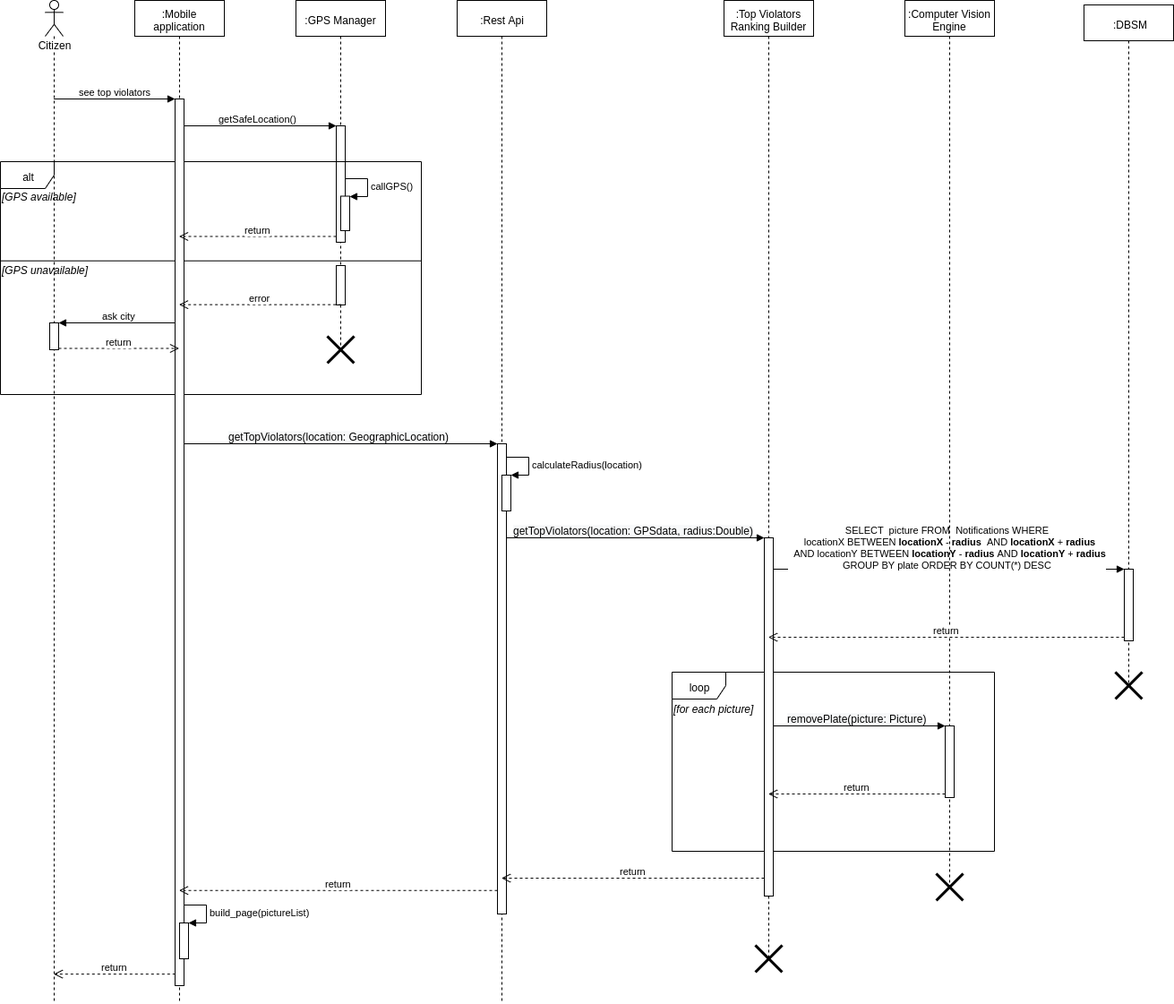
University-Projects-Secco/RahbariSecco keeps this draw.io diagram as DD/images/See_Top_Violators_Sequence_Diagram.png. Above is the earlier version. Source tidied: cells renumbered, new cells last; positions are measured from the earlier drawing's top-left corner, leaving out a move shared by most shapes. Its diagram source:
```xml
<mxGraphModel>
  <root>
    <mxCell id="0" />
    <mxCell id="1" parent="0" />
    <mxCell id="2" value="&lt;span style=&quot;font-size: 12px ; text-align: left ; background-color: rgb(248 , 249 , 250)&quot;&gt;getTopViolators(location: GeographicLocation)&lt;/span&gt;" style="html=1;verticalAlign=bottom;endArrow=block;entryX=0;entryY=0;" parent="1" edge="1" source="27" target="32">
      <mxGeometry relative="1" as="geometry" />
    </mxCell>
    <mxCell id="3" value="&lt;span style=&quot;font-size: 12px ; text-align: left ; background-color: rgb(248 , 249 , 250)&quot;&gt;getTopViolators(location: GPSdata, radius:Double)&lt;/span&gt;" style="html=1;verticalAlign=bottom;endArrow=block;entryX=0;entryY=0;" parent="1" edge="1" source="31" target="36">
      <mxGeometry relative="1" as="geometry" />
    </mxCell>
    <mxCell id="4" value="&lt;div&gt;SELECT&amp;nbsp; picture FROM&amp;nbsp; Notifications WHERE&lt;/div&gt;&lt;div&gt;&amp;nbsp; locationX BETWEEN &lt;b&gt;locationX&lt;/b&gt; - &lt;b&gt;radius&lt;/b&gt;&amp;nbsp; AND &lt;b&gt;locationX&lt;/b&gt; + &lt;b&gt;radius&lt;/b&gt;&lt;/div&gt;&lt;div&gt;&amp;nbsp; AND locationY BETWEEN &lt;b&gt;locationY&lt;/b&gt; - &lt;b&gt;radius&lt;/b&gt; AND &lt;b&gt;locationY&lt;/b&gt; + &lt;b&gt;radius&lt;/b&gt;&lt;/div&gt;&lt;div&gt;GROUP BY plate ORDER BY COUNT(*) DESC&lt;/div&gt;" style="html=1;verticalAlign=bottom;endArrow=block;entryX=0;entryY=0;" parent="1" edge="1" source="35" target="41">
      <mxGeometry relative="1" as="geometry" />
    </mxCell>
    <mxCell id="5" value="&lt;span style=&quot;font-size: 12px ; text-align: left ; background-color: rgb(248 , 249 , 250)&quot;&gt;removePlate(picture: Picture)&lt;/span&gt;" style="html=1;verticalAlign=bottom;endArrow=block;entryX=0;entryY=0;" parent="1" edge="1" source="35" target="39">
      <mxGeometry relative="1" as="geometry" />
    </mxCell>
    <mxCell id="6" style="group;" parent="1" vertex="1">
      <mxGeometry x="750" y="750" width="360" height="200" as="geometry" />
    </mxCell>
    <mxCell id="7" value="loop" style="shape=umlFrame;whiteSpace=wrap;html=1;" parent="6" vertex="1">
      <mxGeometry width="360" height="200" as="geometry" />
    </mxCell>
    <mxCell id="8" value="&lt;i&gt;[for each picture]&lt;/i&gt;" style="text;html=1;align=left;verticalAlign=middle;" parent="6" vertex="1">
      <mxGeometry y="30" width="100" height="20" as="geometry" />
    </mxCell>
    <mxCell id="9" value="ask city" style="html=1;verticalAlign=bottom;endArrow=block;entryX=1;entryY=0;" parent="1" edge="1" source="27" target="26">
      <mxGeometry relative="1" as="geometry" />
    </mxCell>
    <mxCell id="10" value="getSafeLocation()" style="html=1;verticalAlign=bottom;endArrow=block;entryX=0;entryY=0;" parent="1" edge="1" source="27" target="12">
      <mxGeometry relative="1" as="geometry" />
    </mxCell>
    <mxCell id="11" value=":GPS Manager" style="shape=umlLifeline;perimeter=lifelinePerimeter;whiteSpace=wrap;html=1;" parent="1" vertex="1">
      <mxGeometry x="330" width="100" height="390" as="geometry" />
    </mxCell>
    <mxCell id="12" style="html=1;points=[];perimeter=orthogonalPerimeter;" parent="11" vertex="1">
      <mxGeometry x="45" y="140" width="10" height="130" as="geometry" />
    </mxCell>
    <mxCell id="13" style="html=1;points=[];perimeter=orthogonalPerimeter;" parent="11" vertex="1">
      <mxGeometry x="45" y="296" width="10" height="44" as="geometry" />
    </mxCell>
    <mxCell id="14" style="group;" parent="1" vertex="1">
      <mxGeometry y="180" width="470" height="260" as="geometry" />
    </mxCell>
    <mxCell id="15" value="alt" style="shape=umlFrame;whiteSpace=wrap;html=1;" parent="14" vertex="1">
      <mxGeometry width="470" height="260" as="geometry" />
    </mxCell>
    <mxCell id="16" value="&lt;i&gt;[GPS available]&lt;/i&gt;" style="text;html=1;align=left;verticalAlign=middle;" parent="14" vertex="1">
      <mxGeometry y="28.9" width="100" height="20" as="geometry" />
    </mxCell>
    <mxCell id="17" style="group;" parent="14" vertex="1">
      <mxGeometry y="106.9" width="470" height="23.1" as="geometry" />
    </mxCell>
    <mxCell id="18" style="group;" parent="17" vertex="1">
      <mxGeometry width="470" height="23.1" as="geometry" />
    </mxCell>
    <mxCell id="19" style="group;" parent="18" vertex="1">
      <mxGeometry width="470" height="23.1" as="geometry" />
    </mxCell>
    <mxCell id="20" style="line;strokeWidth=1;fillColor=none;align=left;verticalAlign=middle;spacingTop=-1;spacingLeft=3;spacingRight=3;labelPosition=right;" parent="19" vertex="1">
      <mxGeometry width="470" height="7.7" as="geometry" />
    </mxCell>
    <mxCell id="21" value="&lt;i&gt;[GPS unavailable]&lt;/i&gt;" style="text;html=1;align=left;verticalAlign=middle;" parent="19" vertex="1">
      <mxGeometry y="3.9" width="110" height="20" as="geometry" />
    </mxCell>
    <mxCell id="22" style="html=1;points=[];perimeter=orthogonalPerimeter;" parent="14" vertex="1">
      <mxGeometry x="380" y="38.5" width="10" height="38.5" as="geometry" />
    </mxCell>
    <mxCell id="23" value="callGPS()" style="edgeStyle=orthogonalEdgeStyle;html=1;align=left;spacingLeft=2;endArrow=block;rounded=0;entryX=1;entryY=0;" parent="14" edge="1" target="22">
      <mxGeometry relative="1" as="geometry">
        <mxPoint x="385" y="19.3" as="sourcePoint" />
        <Array as="points">
          <mxPoint x="410" y="19.3" />
        </Array>
      </mxGeometry>
    </mxCell>
    <mxCell id="24" style="shape=umlDestroy;whiteSpace=wrap;html=1;strokeWidth=3;" parent="14" vertex="1">
      <mxGeometry x="365" y="195" width="30" height="30" as="geometry" />
    </mxCell>
    <mxCell id="25" value="Citizen" style="shape=umlLifeline;participant=umlActor;perimeter=lifelinePerimeter;whiteSpace=wrap;html=1;verticalAlign=top;spacingTop=36;labelBackgroundColor=#ffffff;outlineConnect=0;" parent="1" vertex="1">
      <mxGeometry x="50" width="20" height="1120" as="geometry" />
    </mxCell>
    <mxCell id="26" style="html=1;points=[];perimeter=orthogonalPerimeter;" parent="25" vertex="1">
      <mxGeometry x="5" y="360" width="10" height="30" as="geometry" />
    </mxCell>
    <mxCell id="27" value=":Mobile application" style="shape=umlLifeline;perimeter=lifelinePerimeter;whiteSpace=wrap;html=1;outlineConnect=0;" parent="1" vertex="1">
      <mxGeometry x="150" width="100" height="1120" as="geometry" />
    </mxCell>
    <mxCell id="28" style="html=1;points=[];perimeter=orthogonalPerimeter;" parent="27" vertex="1">
      <mxGeometry x="45" y="110" width="10" height="990" as="geometry" />
    </mxCell>
    <mxCell id="29" style="html=1;points=[];perimeter=orthogonalPerimeter;" parent="27" vertex="1">
      <mxGeometry x="50" y="1030" width="10" height="40" as="geometry" />
    </mxCell>
    <mxCell id="30" value="build_page(pictureList)" style="edgeStyle=orthogonalEdgeStyle;html=1;align=left;spacingLeft=2;endArrow=block;rounded=0;entryX=1;entryY=0;" parent="27" edge="1" target="29">
      <mxGeometry relative="1" as="geometry">
        <mxPoint x="55" y="1010" as="sourcePoint" />
        <Array as="points">
          <mxPoint x="80" y="1010" />
        </Array>
      </mxGeometry>
    </mxCell>
    <mxCell id="31" value=":Rest Api" style="shape=umlLifeline;perimeter=lifelinePerimeter;whiteSpace=wrap;html=1;outlineConnect=0;" parent="1" vertex="1">
      <mxGeometry x="510" width="100" height="1120" as="geometry" />
    </mxCell>
    <mxCell id="32" style="html=1;points=[];perimeter=orthogonalPerimeter;" parent="31" vertex="1">
      <mxGeometry x="45" y="495" width="10" height="525" as="geometry" />
    </mxCell>
    <mxCell id="33" style="html=1;points=[];perimeter=orthogonalPerimeter;" parent="31" vertex="1">
      <mxGeometry x="50" y="530" width="10" height="40" as="geometry" />
    </mxCell>
    <mxCell id="34" value="calculateRadius(location)" style="edgeStyle=orthogonalEdgeStyle;html=1;align=left;spacingLeft=2;endArrow=block;rounded=0;entryX=1;entryY=0;" parent="31" edge="1" target="33">
      <mxGeometry relative="1" as="geometry">
        <mxPoint x="55" y="510" as="sourcePoint" />
        <Array as="points">
          <mxPoint x="80" y="510" />
        </Array>
      </mxGeometry>
    </mxCell>
    <mxCell id="35" value=":Top Violators Ranking Builder" style="shape=umlLifeline;perimeter=lifelinePerimeter;whiteSpace=wrap;html=1;outlineConnect=0;" parent="1" vertex="1">
      <mxGeometry x="808" width="100" height="1070" as="geometry" />
    </mxCell>
    <mxCell id="36" style="html=1;points=[];perimeter=orthogonalPerimeter;" parent="35" vertex="1">
      <mxGeometry x="45" y="600" width="10" height="400" as="geometry" />
    </mxCell>
    <mxCell id="37" style="shape=umlDestroy;whiteSpace=wrap;html=1;strokeWidth=3;" parent="35" vertex="1">
      <mxGeometry x="35" y="1055" width="30" height="30" as="geometry" />
    </mxCell>
    <mxCell id="38" value=":Computer Vision Engine" style="shape=umlLifeline;perimeter=lifelinePerimeter;whiteSpace=wrap;html=1;" parent="1" vertex="1">
      <mxGeometry x="1010" width="100" height="990" as="geometry" />
    </mxCell>
    <mxCell id="39" style="html=1;points=[];perimeter=orthogonalPerimeter;" parent="38" vertex="1">
      <mxGeometry x="45" y="810" width="10" height="80" as="geometry" />
    </mxCell>
    <mxCell id="40" value=":DBSM" style="shape=umlLifeline;perimeter=lifelinePerimeter;whiteSpace=wrap;html=1;" parent="1" vertex="1">
      <mxGeometry x="1210" y="5" width="100" height="760" as="geometry" />
    </mxCell>
    <mxCell id="41" style="html=1;points=[];perimeter=orthogonalPerimeter;" parent="40" vertex="1">
      <mxGeometry x="45" y="630" width="10" height="80" as="geometry" />
    </mxCell>
    <mxCell id="42" value="see top violators" style="html=1;verticalAlign=bottom;endArrow=block;entryX=0;entryY=0;" parent="1" edge="1" source="25" target="28">
      <mxGeometry relative="1" as="geometry" />
    </mxCell>
    <mxCell id="43" value="return" style="html=1;verticalAlign=bottom;endArrow=open;dashed=1;endSize=8;exitX=0.033;exitY=0.987;exitDx=0;exitDy=0;exitPerimeter=0;" parent="1" edge="1" source="28" target="25">
      <mxGeometry relative="1" as="geometry" />
    </mxCell>
    <mxCell id="44" value="return" style="html=1;verticalAlign=bottom;endArrow=open;dashed=1;endSize=8;exitX=0;exitY=0.95;" parent="1" edge="1" source="12" target="27">
      <mxGeometry relative="1" as="geometry" />
    </mxCell>
    <mxCell id="45" value="error" style="html=1;verticalAlign=bottom;endArrow=open;dashed=1;endSize=8;exitX=0.567;exitY=0.992;exitDx=0;exitDy=0;exitPerimeter=0;" parent="1" edge="1" source="13" target="27">
      <mxGeometry relative="1" as="geometry" />
    </mxCell>
    <mxCell id="46" value="return" style="html=1;verticalAlign=bottom;endArrow=open;dashed=1;endSize=8;exitX=1;exitY=0.95;" parent="1" edge="1" source="26" target="27">
      <mxGeometry relative="1" as="geometry" />
    </mxCell>
    <mxCell id="47" value="return" style="html=1;verticalAlign=bottom;endArrow=open;dashed=1;endSize=8;exitX=0;exitY=0.95;" parent="1" edge="1" source="32" target="27">
      <mxGeometry relative="1" as="geometry" />
    </mxCell>
    <mxCell id="48" value="return" style="html=1;verticalAlign=bottom;endArrow=open;dashed=1;endSize=8;exitX=0;exitY=0.95;" parent="1" edge="1" source="36" target="31">
      <mxGeometry relative="1" as="geometry" />
    </mxCell>
    <mxCell id="49" value="return" style="html=1;verticalAlign=bottom;endArrow=open;dashed=1;endSize=8;exitX=0;exitY=0.95;" parent="1" edge="1" source="39" target="35">
      <mxGeometry relative="1" as="geometry" />
    </mxCell>
    <mxCell id="50" value="return" style="html=1;verticalAlign=bottom;endArrow=open;dashed=1;endSize=8;exitX=0;exitY=0.95;" parent="1" edge="1" source="41" target="35">
      <mxGeometry relative="1" as="geometry" />
    </mxCell>
    <mxCell id="51" style="shape=umlDestroy;whiteSpace=wrap;html=1;strokeWidth=3;" parent="1" vertex="1">
      <mxGeometry x="1245" y="750" width="30" height="30" as="geometry" />
    </mxCell>
    <mxCell id="52" style="shape=umlDestroy;whiteSpace=wrap;html=1;strokeWidth=3;" parent="1" vertex="1">
      <mxGeometry x="1045" y="975" width="30" height="30" as="geometry" />
    </mxCell>
  </root>
</mxGraphModel>
```
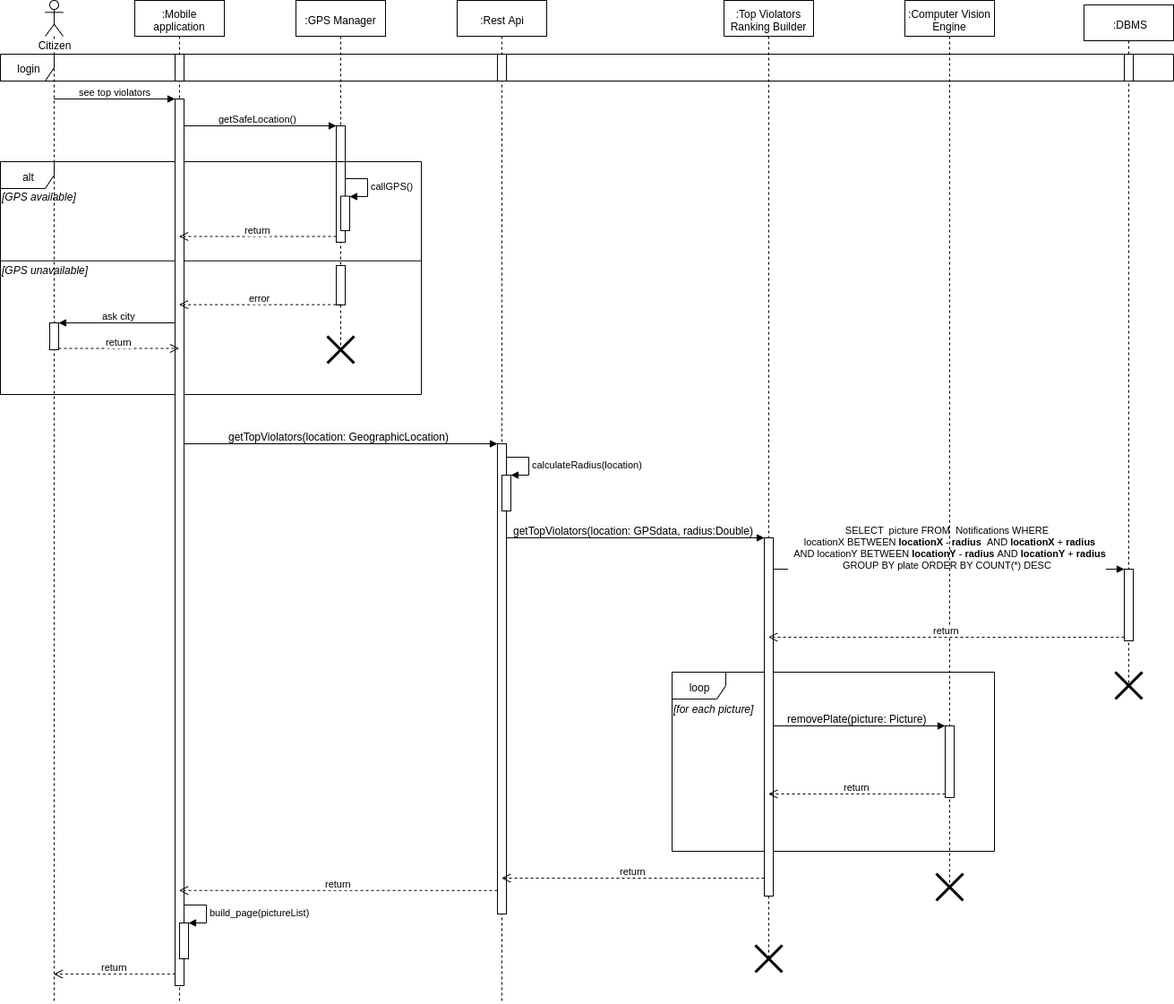
After the change.

What changed in the source:
```diff
@@ -131,7 +131,7 @@
     <mxCell id="39" style="html=1;points=[];perimeter=orthogonalPerimeter;" parent="38" vertex="1">
       <mxGeometry x="45" y="810" width="10" height="80" as="geometry" />
     </mxCell>
-    <mxCell id="40" value=":DBSM" style="shape=umlLifeline;perimeter=lifelinePerimeter;whiteSpace=wrap;html=1;" parent="1" vertex="1">
+    <mxCell id="40" value=":DBMS" style="shape=umlLifeline;perimeter=lifelinePerimeter;whiteSpace=wrap;html=1;" parent="1" vertex="1">
       <mxGeometry x="1210" y="5" width="100" height="760" as="geometry" />
     </mxCell>
     <mxCell id="41" style="html=1;points=[];perimeter=orthogonalPerimeter;" parent="40" vertex="1">
@@ -170,5 +170,17 @@
     <mxCell id="52" style="shape=umlDestroy;whiteSpace=wrap;html=1;strokeWidth=3;" parent="1" vertex="1">
       <mxGeometry x="1045" y="975" width="30" height="30" as="geometry" />
     </mxCell>
+    <mxCell id="53" value="login" style="shape=umlFrame;whiteSpace=wrap;html=1;" parent="1" vertex="1">
+      <mxGeometry y="60" width="1310" height="30" as="geometry" />
+    </mxCell>
+    <mxCell id="54" style="html=1;perimeter=orthogonalPerimeter;" parent="1" vertex="1">
+      <mxGeometry x="195" y="60" width="10" height="30" as="geometry" />
+    </mxCell>
+    <mxCell id="55" style="html=1;perimeter=orthogonalPerimeter;" parent="1" vertex="1">
+      <mxGeometry x="555" y="60" width="10" height="30" as="geometry" />
+    </mxCell>
+    <mxCell id="56" style="html=1;perimeter=orthogonalPerimeter;" parent="1" vertex="1">
+      <mxGeometry x="1255" y="60" width="10" height="30" as="geometry" />
+    </mxCell>
   </root>
 </mxGraphModel>
```
